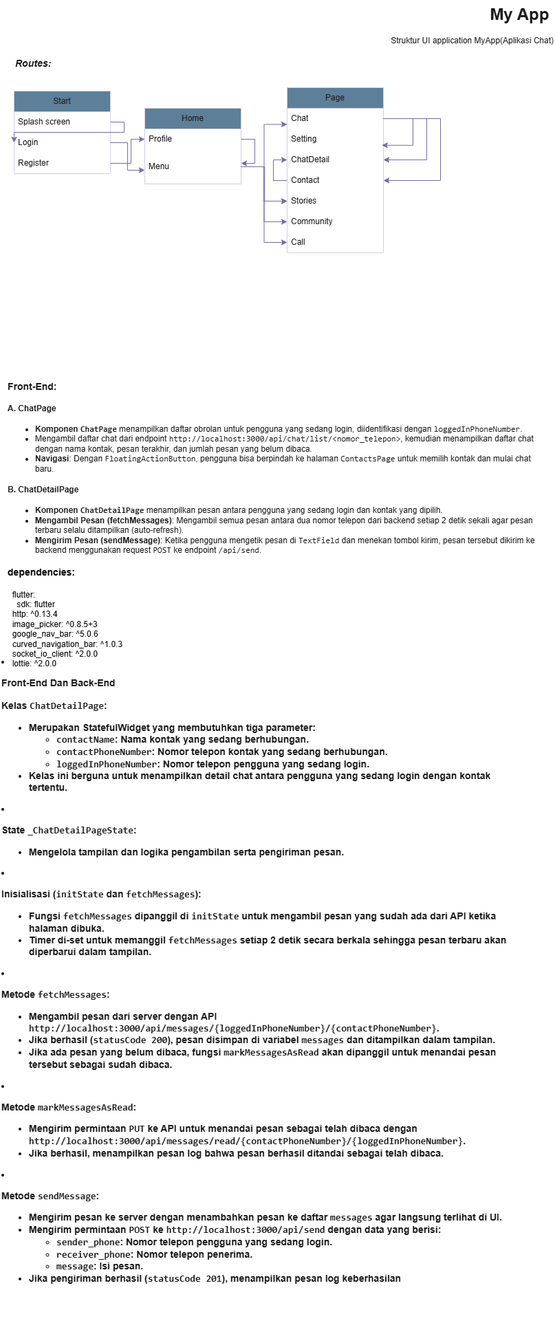
The draw.io diagram Struktur Application MyApp.drawio.png in NaufalAdityaAkbar/Application-MyApp---Flutter, before a commit. Source tidied: cells renumbered, new cells last; positions are measured from the earlier drawing's top-left corner, leaving out a move shared by most shapes.
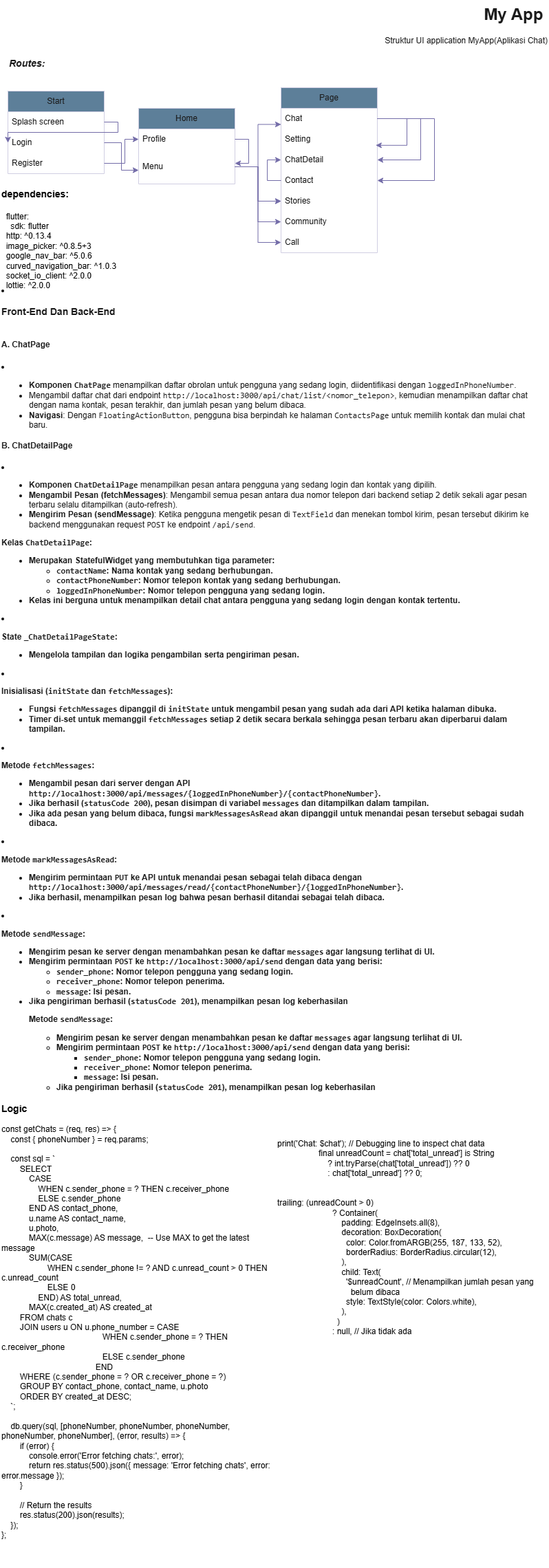
After the change.

The edit, as a diff of the source:
```diff
@@ -128,14 +128,17 @@
     <mxCell id="31" style="edgeStyle=orthogonalEdgeStyle;rounded=0;jettySize=auto;html=1;labelBackgroundColor=none;strokeColor=#736CA8;fontColor=default;" parent="1" edge="1" source="11" target="20">
       <mxGeometry relative="1" as="geometry" />
     </mxCell>
-    <mxCell id="32" value="&lt;h1 style=&quot;margin-top: 0px; font-size: 14px;&quot;&gt;&lt;font style=&quot;font-size: 14px;&quot;&gt;Front-End:&lt;/font&gt;&lt;/h1&gt;&lt;h4&gt;&lt;strong&gt;A. ChatPage&lt;/strong&gt;&lt;/h4&gt;&lt;ul&gt;&lt;li&gt;&lt;strong&gt;Komponen &lt;code&gt;ChatPage&lt;/code&gt;&lt;/strong&gt; menampilkan daftar obrolan untuk pengguna yang sedang login, diidentifikasi dengan &lt;code&gt;loggedInPhoneNumber&lt;/code&gt;.&lt;/li&gt;&lt;li&gt;Mengambil daftar chat dari endpoint &lt;code&gt;http://localhost:3000/api/chat/list/&amp;lt;nomor_telepon&amp;gt;&lt;/code&gt;, kemudian menampilkan daftar chat dengan nama kontak, pesan terakhir, dan jumlah pesan yang belum dibaca.&lt;/li&gt;&lt;li&gt;&lt;strong&gt;Navigasi&lt;/strong&gt;: Dengan &lt;code&gt;FloatingActionButton&lt;/code&gt;, pengguna bisa berpindah ke halaman &lt;code&gt;ContactsPage&lt;/code&gt; untuk memilih kontak dan mulai chat baru.&lt;/li&gt;&lt;/ul&gt;&lt;h4&gt;B. &lt;strong&gt;ChatDetailPage&lt;/strong&gt;&lt;/h4&gt;&lt;ul&gt;&lt;li&gt;&lt;strong&gt;Komponen &lt;code&gt;ChatDetailPage&lt;/code&gt;&lt;/strong&gt; menampilkan pesan antara pengguna yang sedang login dan kontak yang dipilih.&lt;/li&gt;&lt;li&gt;&lt;strong&gt;Mengambil Pesan (fetchMessages)&lt;/strong&gt;: Mengambil semua pesan antara dua nomor telepon dari backend setiap 2 detik sekali agar pesan terbaru selalu ditampilkan (auto-refresh).&lt;/li&gt;&lt;li&gt;&lt;strong&gt;Mengirim Pesan (sendMessage)&lt;/strong&gt;: Ketika pengguna mengetik pesan di &lt;code&gt;TextField&lt;/code&gt; dan menekan tombol kirim, pesan tersebut dikirim ke backend menggunakan request &lt;code&gt;POST&lt;/code&gt; ke endpoint &lt;code&gt;/api/send&lt;/code&gt;.&lt;/li&gt;&lt;/ul&gt;" style="text;html=1;whiteSpace=wrap;overflow=hidden;rounded=0;labelBackgroundColor=none;fontColor=#1A1A1A;" parent="1" vertex="1">
-      <mxGeometry x="9" y="547" width="770" height="290" as="geometry" />
-    </mxCell>
     <mxCell id="33" value="&lt;font style=&quot;font-size: 14px;&quot;&gt;&lt;b&gt;dependencies:&lt;br&gt;&lt;/b&gt;&lt;br&gt;&lt;/font&gt;&amp;nbsp; flutter:&lt;br&gt;&amp;nbsp; &amp;nbsp; sdk: flutter&lt;br&gt;&amp;nbsp; http: ^0.13.4&lt;br&gt;&amp;nbsp; image_picker: ^0.8.5+3&lt;br&gt;&amp;nbsp; google_nav_bar: ^5.0.6&lt;br&gt;&amp;nbsp; curved_navigation_bar: ^1.0.3&lt;br&gt;&amp;nbsp; socket_io_client: ^2.0.0&lt;br&gt;&amp;nbsp; lottie: ^2.0.0" style="text;overflow=hidden;rounded=0;labelBackgroundColor=none;verticalAlign=top;html=1;whiteSpace=wrap;" parent="1" vertex="1">
-      <mxGeometry x="9" y="817" width="281" height="190" as="geometry" />
+      <mxGeometry x="9" y="267" width="281" height="190" as="geometry" />
     </mxCell>
-    <mxCell id="34" value="&lt;h1 style=&quot;margin-top: 0px; font-size: 14px;&quot;&gt;&lt;li&gt;&lt;p&gt;&lt;strong&gt;Front-End Dan Back-End&lt;br&gt;&lt;br&gt;Kelas &lt;code&gt;ChatDetailPage&lt;/code&gt;&lt;/strong&gt;:&lt;/p&gt;&lt;ul&gt;&lt;li&gt;Merupakan StatefulWidget yang membutuhkan tiga parameter:&lt;ul&gt;&lt;li&gt;&lt;code&gt;contactName&lt;/code&gt;: Nama kontak yang sedang berhubungan.&lt;/li&gt;&lt;li&gt;&lt;code&gt;contactPhoneNumber&lt;/code&gt;: Nomor telepon kontak yang sedang berhubungan.&lt;/li&gt;&lt;li&gt;&lt;code&gt;loggedInPhoneNumber&lt;/code&gt;: Nomor telepon pengguna yang sedang login.&lt;/li&gt;&lt;/ul&gt;&lt;/li&gt;&lt;li&gt;Kelas ini berguna untuk menampilkan detail chat antara pengguna yang sedang login dengan kontak tertentu.&lt;/li&gt;&lt;/ul&gt;&lt;/li&gt;&lt;li&gt;&lt;p&gt;&lt;strong&gt;State &lt;code&gt;_ChatDetailPageState&lt;/code&gt;&lt;/strong&gt;:&lt;/p&gt;&lt;ul&gt;&lt;li&gt;Mengelola tampilan dan logika pengambilan serta pengiriman pesan.&lt;/li&gt;&lt;/ul&gt;&lt;/li&gt;&lt;li&gt;&lt;p&gt;&lt;strong&gt;Inisialisasi (&lt;code&gt;initState&lt;/code&gt; dan &lt;code&gt;fetchMessages&lt;/code&gt;)&lt;/strong&gt;:&lt;/p&gt;&lt;ul&gt;&lt;li&gt;Fungsi &lt;code&gt;fetchMessages&lt;/code&gt; dipanggil di &lt;code&gt;initState&lt;/code&gt; untuk mengambil pesan yang sudah ada dari API ketika halaman dibuka.&lt;/li&gt;&lt;li&gt;Timer di-set untuk memanggil &lt;code&gt;fetchMessages&lt;/code&gt; setiap 2 detik secara berkala sehingga pesan terbaru akan diperbarui dalam tampilan.&lt;/li&gt;&lt;/ul&gt;&lt;/li&gt;&lt;li&gt;&lt;p&gt;&lt;strong&gt;Metode &lt;code&gt;fetchMessages&lt;/code&gt;&lt;/strong&gt;:&lt;/p&gt;&lt;ul&gt;&lt;li&gt;Mengambil pesan dari server dengan API &lt;code&gt;http://localhost:3000/api/messages/{loggedInPhoneNumber}/{contactPhoneNumber}&lt;/code&gt;.&lt;/li&gt;&lt;li&gt;Jika berhasil (&lt;code&gt;statusCode 200&lt;/code&gt;), pesan disimpan di variabel &lt;code&gt;messages&lt;/code&gt; dan ditampilkan dalam tampilan.&lt;/li&gt;&lt;li&gt;Jika ada pesan yang belum dibaca, fungsi &lt;code&gt;markMessagesAsRead&lt;/code&gt; akan dipanggil untuk menandai pesan tersebut sebagai sudah dibaca.&lt;/li&gt;&lt;/ul&gt;&lt;/li&gt;&lt;li&gt;&lt;p&gt;&lt;strong&gt;Metode &lt;code&gt;markMessagesAsRead&lt;/code&gt;&lt;/strong&gt;:&lt;/p&gt;&lt;ul&gt;&lt;li&gt;Mengirim permintaan &lt;code&gt;PUT&lt;/code&gt; ke API untuk menandai pesan sebagai telah dibaca dengan &lt;code&gt;http://localhost:3000/api/messages/read/{contactPhoneNumber}/{loggedInPhoneNumber}&lt;/code&gt;.&lt;/li&gt;&lt;li&gt;Jika berhasil, menampilkan pesan log bahwa pesan berhasil ditandai sebagai telah dibaca.&lt;/li&gt;&lt;/ul&gt;&lt;/li&gt;&lt;li&gt;&lt;p&gt;&lt;strong&gt;Metode &lt;code&gt;sendMessage&lt;/code&gt;&lt;/strong&gt;:&lt;/p&gt;&lt;ul&gt;&lt;li&gt;Mengirim pesan ke server dengan menambahkan pesan ke daftar &lt;code&gt;messages&lt;/code&gt; agar langsung terlihat di UI.&lt;/li&gt;&lt;li&gt;Mengirim permintaan &lt;code&gt;POST&lt;/code&gt; ke &lt;code&gt;http://localhost:3000/api/send&lt;/code&gt; dengan data yang berisi:&lt;ul&gt;&lt;li&gt;&lt;code&gt;sender_phone&lt;/code&gt;: Nomor telepon pengguna yang sedang login.&lt;/li&gt;&lt;li&gt;&lt;code&gt;receiver_phone&lt;/code&gt;: Nomor telepon penerima.&lt;/li&gt;&lt;li&gt;&lt;code&gt;message&lt;/code&gt;: Isi pesan.&lt;/li&gt;&lt;/ul&gt;&lt;/li&gt;&lt;li&gt;Jika pengiriman berhasil (&lt;code&gt;statusCode 201&lt;/code&gt;), menampilkan pesan log keberhasilan&lt;/li&gt;&lt;/ul&gt;&lt;/li&gt;&lt;/h1&gt;" style="text;html=1;whiteSpace=wrap;overflow=hidden;rounded=0;labelBackgroundColor=none;fontColor=#1A1A1A;" parent="1" vertex="1">
-      <mxGeometry y="947" width="770" height="990" as="geometry" />
+    <mxCell id="34" value="&lt;h1 style=&quot;margin-top: 0px; font-size: 14px;&quot;&gt;&lt;li&gt;&lt;p&gt;&lt;strong&gt;Front-End Dan Back-End&lt;br&gt;&lt;br&gt;&lt;/strong&gt;&lt;/p&gt;&lt;/li&gt;&lt;/h1&gt;&lt;h4&gt;&lt;strong&gt;A. ChatPage&lt;/strong&gt;&lt;/h4&gt;&lt;h1 style=&quot;margin-top: 0px; font-size: 14px;&quot;&gt;&lt;li&gt;&lt;ul style=&quot;font-size: 12px; font-weight: 400;&quot;&gt;&lt;li&gt;&lt;strong&gt;Komponen&amp;nbsp;&lt;code&gt;ChatPage&lt;/code&gt;&lt;/strong&gt;&amp;nbsp;menampilkan daftar obrolan untuk pengguna yang sedang login, diidentifikasi dengan&amp;nbsp;&lt;code&gt;loggedInPhoneNumber&lt;/code&gt;.&lt;/li&gt;&lt;li&gt;Mengambil daftar chat dari endpoint&amp;nbsp;&lt;code&gt;http://localhost:3000/api/chat/list/&amp;lt;nomor_telepon&amp;gt;&lt;/code&gt;, kemudian menampilkan daftar chat dengan nama kontak, pesan terakhir, dan jumlah pesan yang belum dibaca.&lt;/li&gt;&lt;li&gt;&lt;strong&gt;Navigasi&lt;/strong&gt;: Dengan&amp;nbsp;&lt;code&gt;FloatingActionButton&lt;/code&gt;, pengguna bisa berpindah ke halaman&amp;nbsp;&lt;code&gt;ContactsPage&lt;/code&gt;&amp;nbsp;untuk memilih kontak dan mulai chat baru.&lt;/li&gt;&lt;/ul&gt;&lt;/li&gt;&lt;/h1&gt;&lt;h4&gt;B.&amp;nbsp;&lt;strong&gt;ChatDetailPage&lt;/strong&gt;&lt;/h4&gt;&lt;h1 style=&quot;margin-top: 0px;&quot;&gt;&lt;li style=&quot;font-size: 12px;&quot;&gt;&lt;ul style=&quot;font-size: 12px; font-weight: 400;&quot;&gt;&lt;li&gt;&lt;strong&gt;Komponen&amp;nbsp;&lt;code&gt;ChatDetailPage&lt;/code&gt;&lt;/strong&gt;&amp;nbsp;menampilkan pesan antara pengguna yang sedang login dan kontak yang dipilih.&lt;/li&gt;&lt;li&gt;&lt;strong&gt;Mengambil Pesan (fetchMessages)&lt;/strong&gt;: Mengambil semua pesan antara dua nomor telepon dari backend setiap 2 detik sekali agar pesan terbaru selalu ditampilkan (auto-refresh).&lt;/li&gt;&lt;li&gt;&lt;strong&gt;Mengirim Pesan (sendMessage)&lt;/strong&gt;: Ketika pengguna mengetik pesan di&amp;nbsp;&lt;code&gt;TextField&lt;/code&gt;&amp;nbsp;dan menekan tombol kirim, pesan tersebut dikirim ke backend menggunakan request&amp;nbsp;&lt;code&gt;POST&lt;/code&gt;&amp;nbsp;ke endpoint&amp;nbsp;&lt;code&gt;/api/send&lt;/code&gt;.&lt;/li&gt;&lt;/ul&gt;&lt;p&gt;&lt;strong&gt;Kelas &lt;code&gt;ChatDetailPage&lt;/code&gt;&lt;/strong&gt;:&lt;/p&gt;&lt;ul&gt;&lt;li&gt;Merupakan StatefulWidget yang membutuhkan tiga parameter:&lt;ul&gt;&lt;li&gt;&lt;code&gt;contactName&lt;/code&gt;: Nama kontak yang sedang berhubungan.&lt;/li&gt;&lt;li&gt;&lt;code&gt;contactPhoneNumber&lt;/code&gt;: Nomor telepon kontak yang sedang berhubungan.&lt;/li&gt;&lt;li&gt;&lt;code&gt;loggedInPhoneNumber&lt;/code&gt;: Nomor telepon pengguna yang sedang login.&lt;/li&gt;&lt;/ul&gt;&lt;/li&gt;&lt;li&gt;Kelas ini berguna untuk menampilkan detail chat antara pengguna yang sedang login dengan kontak tertentu.&lt;/li&gt;&lt;/ul&gt;&lt;/li&gt;&lt;li style=&quot;font-size: 12px;&quot;&gt;&lt;p style=&quot;&quot;&gt;&lt;strong&gt;State &lt;code&gt;_ChatDetailPageState&lt;/code&gt;&lt;/strong&gt;:&lt;/p&gt;&lt;ul style=&quot;&quot;&gt;&lt;li style=&quot;&quot;&gt;&lt;font style=&quot;font-size: 12px;&quot;&gt;Mengelola tampilan dan logika pengambilan serta pengiriman pesan.&lt;/font&gt;&lt;/li&gt;&lt;/ul&gt;&lt;/li&gt;&lt;li style=&quot;font-size: 12px;&quot;&gt;&lt;p&gt;&lt;strong&gt;Inisialisasi (&lt;code&gt;initState&lt;/code&gt; dan &lt;code&gt;fetchMessages&lt;/code&gt;)&lt;/strong&gt;:&lt;/p&gt;&lt;ul&gt;&lt;li&gt;Fungsi &lt;code&gt;fetchMessages&lt;/code&gt; dipanggil di &lt;code&gt;initState&lt;/code&gt; untuk mengambil pesan yang sudah ada dari API ketika halaman dibuka.&lt;/li&gt;&lt;li&gt;Timer di-set untuk memanggil &lt;code&gt;fetchMessages&lt;/code&gt; setiap 2 detik secara berkala sehingga pesan terbaru akan diperbarui dalam tampilan.&lt;/li&gt;&lt;/ul&gt;&lt;/li&gt;&lt;li style=&quot;font-size: 12px;&quot;&gt;&lt;p&gt;&lt;strong&gt;Metode &lt;code&gt;fetchMessages&lt;/code&gt;&lt;/strong&gt;:&lt;/p&gt;&lt;ul&gt;&lt;li&gt;Mengambil pesan dari server dengan API &lt;code&gt;http://localhost:3000/api/messages/{loggedInPhoneNumber}/{contactPhoneNumber}&lt;/code&gt;.&lt;/li&gt;&lt;li&gt;Jika berhasil (&lt;code&gt;statusCode 200&lt;/code&gt;), pesan disimpan di variabel &lt;code&gt;messages&lt;/code&gt; dan ditampilkan dalam tampilan.&lt;/li&gt;&lt;li&gt;Jika ada pesan yang belum dibaca, fungsi &lt;code&gt;markMessagesAsRead&lt;/code&gt; akan dipanggil untuk menandai pesan tersebut sebagai sudah dibaca.&lt;/li&gt;&lt;/ul&gt;&lt;/li&gt;&lt;li style=&quot;font-size: 12px;&quot;&gt;&lt;p&gt;&lt;strong&gt;Metode &lt;code&gt;markMessagesAsRead&lt;/code&gt;&lt;/strong&gt;:&lt;/p&gt;&lt;ul&gt;&lt;li&gt;Mengirim permintaan &lt;code&gt;PUT&lt;/code&gt; ke API untuk menandai pesan sebagai telah dibaca dengan &lt;code&gt;http://localhost:3000/api/messages/read/{contactPhoneNumber}/{loggedInPhoneNumber}&lt;/code&gt;.&lt;/li&gt;&lt;li&gt;Jika berhasil, menampilkan pesan log bahwa pesan berhasil ditandai sebagai telah dibaca.&lt;/li&gt;&lt;/ul&gt;&lt;/li&gt;&lt;li style=&quot;font-size: 12px;&quot;&gt;&lt;p&gt;&lt;strong&gt;Metode &lt;code&gt;sendMessage&lt;/code&gt;&lt;/strong&gt;:&lt;/p&gt;&lt;ul&gt;&lt;li&gt;Mengirim pesan ke server dengan menambahkan pesan ke daftar &lt;code&gt;messages&lt;/code&gt; agar langsung terlihat di UI.&lt;/li&gt;&lt;li&gt;Mengirim permintaan &lt;code&gt;POST&lt;/code&gt; ke &lt;code&gt;http://localhost:3000/api/send&lt;/code&gt; dengan data yang berisi:&lt;ul&gt;&lt;li&gt;&lt;code&gt;sender_phone&lt;/code&gt;: Nomor telepon pengguna yang sedang login.&lt;/li&gt;&lt;li&gt;&lt;code&gt;receiver_phone&lt;/code&gt;: Nomor telepon penerima.&lt;/li&gt;&lt;li&gt;&lt;code&gt;message&lt;/code&gt;: Isi pesan.&lt;/li&gt;&lt;/ul&gt;&lt;/li&gt;&lt;li style=&quot;font-size: 12px;&quot;&gt;Jika pengiriman berhasil (&lt;code&gt;statusCode 201&lt;/code&gt;), menampilkan pesan log keberhasilan&lt;br&gt;&lt;p&gt;&lt;strong&gt;Metode&amp;nbsp;&lt;code&gt;sendMessage&lt;/code&gt;&lt;/strong&gt;:&lt;/p&gt;&lt;ul&gt;&lt;li&gt;Mengirim pesan ke server dengan menambahkan pesan ke daftar&amp;nbsp;&lt;code&gt;messages&lt;/code&gt;&amp;nbsp;agar langsung terlihat di UI.&lt;/li&gt;&lt;li&gt;Mengirim permintaan&amp;nbsp;&lt;code&gt;POST&lt;/code&gt;&amp;nbsp;ke&amp;nbsp;&lt;code&gt;http://localhost:3000/api/send&lt;/code&gt;&amp;nbsp;dengan data yang berisi:&lt;ul&gt;&lt;li&gt;&lt;code&gt;sender_phone&lt;/code&gt;: Nomor telepon pengguna yang sedang login.&lt;/li&gt;&lt;li&gt;&lt;code&gt;receiver_phone&lt;/code&gt;: Nomor telepon penerima.&lt;/li&gt;&lt;li&gt;&lt;code&gt;message&lt;/code&gt;: Isi pesan.&lt;/li&gt;&lt;/ul&gt;&lt;/li&gt;&lt;li&gt;Jika pengiriman berhasil (&lt;code&gt;statusCode 201&lt;/code&gt;), menampilkan pesan log keberhasilan&lt;br&gt;&lt;br&gt;&lt;br&gt;&lt;/li&gt;&lt;/ul&gt;&lt;/li&gt;&lt;/ul&gt;&lt;/li&gt;&lt;/h1&gt;" style="text;html=1;whiteSpace=wrap;overflow=hidden;rounded=0;labelBackgroundColor=none;fontColor=#1A1A1A;" parent="1" vertex="1">
+      <mxGeometry x="9" y="407" width="770" height="1190" as="geometry" />
     </mxCell>
+    <mxCell id="35" value="&lt;b&gt;&lt;font style=&quot;font-size: 14px;&quot;&gt;Logic&lt;/font&gt;&lt;/b&gt;&lt;div&gt;&lt;br&gt;const getChats = (req, res) =&amp;gt; {&lt;br&gt;&amp;nbsp; &amp;nbsp; const { phoneNumber } = req.params;&lt;br&gt;&lt;br&gt;&amp;nbsp; &amp;nbsp; const sql = `&lt;br&gt;&amp;nbsp; &amp;nbsp; &amp;nbsp; &amp;nbsp; SELECT &lt;br&gt;&amp;nbsp; &amp;nbsp; &amp;nbsp; &amp;nbsp; &amp;nbsp; &amp;nbsp; CASE &lt;br&gt;&amp;nbsp; &amp;nbsp; &amp;nbsp; &amp;nbsp; &amp;nbsp; &amp;nbsp; &amp;nbsp; &amp;nbsp; WHEN c.sender_phone = ? THEN c.receiver_phone &lt;br&gt;&amp;nbsp; &amp;nbsp; &amp;nbsp; &amp;nbsp; &amp;nbsp; &amp;nbsp; &amp;nbsp; &amp;nbsp; ELSE c.sender_phone &lt;br&gt;&amp;nbsp; &amp;nbsp; &amp;nbsp; &amp;nbsp; &amp;nbsp; &amp;nbsp; END AS contact_phone,&lt;br&gt;&amp;nbsp; &amp;nbsp; &amp;nbsp; &amp;nbsp; &amp;nbsp; &amp;nbsp; u.name AS contact_name, &lt;br&gt;&amp;nbsp; &amp;nbsp; &amp;nbsp; &amp;nbsp; &amp;nbsp; &amp;nbsp; u.photo,&lt;br&gt;&amp;nbsp; &amp;nbsp; &amp;nbsp; &amp;nbsp; &amp;nbsp; &amp;nbsp; MAX(c.message) AS message, &amp;nbsp;-- Use MAX to get the latest message&lt;br&gt;&amp;nbsp; &amp;nbsp; &amp;nbsp; &amp;nbsp; &amp;nbsp; &amp;nbsp; SUM(CASE &lt;br&gt;&amp;nbsp; &amp;nbsp; &amp;nbsp; &amp;nbsp; &amp;nbsp; &amp;nbsp; &amp;nbsp; &amp;nbsp; &amp;nbsp; &amp;nbsp; WHEN c.sender_phone != ? AND c.unread_count &amp;gt; 0 THEN c.unread_count &lt;br&gt;&amp;nbsp; &amp;nbsp; &amp;nbsp; &amp;nbsp; &amp;nbsp; &amp;nbsp; &amp;nbsp; &amp;nbsp; &amp;nbsp; &amp;nbsp; ELSE 0 &lt;br&gt;&amp;nbsp; &amp;nbsp; &amp;nbsp; &amp;nbsp; &amp;nbsp; &amp;nbsp; &amp;nbsp; &amp;nbsp; END) AS total_unread,&lt;br&gt;&amp;nbsp; &amp;nbsp; &amp;nbsp; &amp;nbsp; &amp;nbsp; &amp;nbsp; MAX(c.created_at) AS created_at&lt;br&gt;&amp;nbsp; &amp;nbsp; &amp;nbsp; &amp;nbsp; FROM chats c&lt;br&gt;&amp;nbsp; &amp;nbsp; &amp;nbsp; &amp;nbsp; JOIN users u ON u.phone_number = CASE &lt;br&gt;&amp;nbsp; &amp;nbsp; &amp;nbsp; &amp;nbsp; &amp;nbsp; &amp;nbsp; &amp;nbsp; &amp;nbsp; &amp;nbsp; &amp;nbsp; &amp;nbsp; &amp;nbsp; &amp;nbsp; &amp;nbsp; &amp;nbsp; &amp;nbsp; &amp;nbsp; &amp;nbsp; &amp;nbsp; &amp;nbsp; &amp;nbsp; &amp;nbsp; WHEN c.sender_phone = ? THEN c.receiver_phone &lt;br&gt;&amp;nbsp; &amp;nbsp; &amp;nbsp; &amp;nbsp; &amp;nbsp; &amp;nbsp; &amp;nbsp; &amp;nbsp; &amp;nbsp; &amp;nbsp; &amp;nbsp; &amp;nbsp; &amp;nbsp; &amp;nbsp; &amp;nbsp; &amp;nbsp; &amp;nbsp; &amp;nbsp; &amp;nbsp; &amp;nbsp; &amp;nbsp; &amp;nbsp; ELSE c.sender_phone &lt;br&gt;&amp;nbsp; &amp;nbsp; &amp;nbsp; &amp;nbsp; &amp;nbsp; &amp;nbsp; &amp;nbsp; &amp;nbsp; &amp;nbsp; &amp;nbsp; &amp;nbsp; &amp;nbsp; &amp;nbsp; &amp;nbsp; &amp;nbsp; &amp;nbsp; &amp;nbsp; &amp;nbsp; &amp;nbsp; &amp;nbsp; &amp;nbsp;END&lt;br&gt;&amp;nbsp; &amp;nbsp; &amp;nbsp; &amp;nbsp; WHERE (c.sender_phone = ? OR c.receiver_phone = ?)&lt;br&gt;&amp;nbsp; &amp;nbsp; &amp;nbsp; &amp;nbsp; GROUP BY contact_phone, contact_name, u.photo&lt;br&gt;&amp;nbsp; &amp;nbsp; &amp;nbsp; &amp;nbsp; ORDER BY created_at DESC;&lt;br&gt;&amp;nbsp; &amp;nbsp; `;&lt;br&gt;&lt;br&gt;&amp;nbsp; &amp;nbsp; db.query(sql, [phoneNumber, phoneNumber, phoneNumber, phoneNumber, phoneNumber], (error, results) =&amp;gt; {&lt;br&gt;&amp;nbsp; &amp;nbsp; &amp;nbsp; &amp;nbsp; if (error) {&lt;br&gt;&amp;nbsp; &amp;nbsp; &amp;nbsp; &amp;nbsp; &amp;nbsp; &amp;nbsp; console.error('Error fetching chats:', error);&lt;br&gt;&amp;nbsp; &amp;nbsp; &amp;nbsp; &amp;nbsp; &amp;nbsp; &amp;nbsp; return res.status(500).json({ message: 'Error fetching chats', error: error.message });&lt;br&gt;&amp;nbsp; &amp;nbsp; &amp;nbsp; &amp;nbsp; }&lt;br&gt;&lt;br&gt;&amp;nbsp; &amp;nbsp; &amp;nbsp; &amp;nbsp; // Return the results&lt;br&gt;&amp;nbsp; &amp;nbsp; &amp;nbsp; &amp;nbsp; res.status(200).json(results);&lt;br&gt;&amp;nbsp; &amp;nbsp; });&lt;br&gt;};&amp;nbsp;&lt;div&gt;&lt;br&gt;&lt;/div&gt;&lt;/div&gt;" style="text;overflow=hidden;rounded=0;fontColor=default;whiteSpace=wrap;html=1;" parent="1" vertex="1">
+      <mxGeometry x="9" y="1597" width="411" height="680" as="geometry" />
+    </mxCell>
+    <mxCell id="36" value="&lt;br style=&quot;&quot;&gt;&lt;span style=&quot;&quot;&gt;print('Chat: $chat'); // Debugging line to inspect chat data&lt;/span&gt;&lt;br style=&quot;&quot;&gt;&lt;span style=&quot;&quot;&gt;&amp;nbsp; &amp;nbsp; &amp;nbsp; &amp;nbsp; &amp;nbsp; &amp;nbsp; &amp;nbsp; &amp;nbsp; &amp;nbsp; final unreadCount = chat['total_unread'] is String&lt;/span&gt;&lt;br style=&quot;&quot;&gt;&lt;span style=&quot;&quot;&gt;&amp;nbsp; &amp;nbsp; &amp;nbsp; &amp;nbsp; &amp;nbsp; &amp;nbsp; &amp;nbsp; &amp;nbsp; &amp;nbsp; &amp;nbsp; &amp;nbsp; ? int.tryParse(chat['total_unread']) ?? 0&lt;/span&gt;&lt;br style=&quot;&quot;&gt;&lt;span style=&quot;&quot;&gt;&amp;nbsp; &amp;nbsp; &amp;nbsp; &amp;nbsp; &amp;nbsp; &amp;nbsp; &amp;nbsp; &amp;nbsp; &amp;nbsp; &amp;nbsp; &amp;nbsp; : chat['total_unread'] ?? 0;&amp;nbsp;&lt;/span&gt;&lt;br style=&quot;&quot;&gt;&lt;span style=&quot;&quot;&gt;&lt;br&gt;&lt;/span&gt;&lt;div&gt;&lt;span style=&quot;&quot;&gt;&lt;br&gt;&lt;/span&gt;&lt;/div&gt;&lt;div&gt;&lt;span style=&quot;&quot;&gt;trailing: (unreadCount &amp;gt; 0)&lt;/span&gt;&lt;br style=&quot;&quot;&gt;&lt;span style=&quot;&quot;&gt;&amp;nbsp; &amp;nbsp; &amp;nbsp; &amp;nbsp; &amp;nbsp; &amp;nbsp; &amp;nbsp; &amp;nbsp; &amp;nbsp; &amp;nbsp; &amp;nbsp; &amp;nbsp; ? Container(&lt;/span&gt;&lt;br style=&quot;&quot;&gt;&lt;span style=&quot;&quot;&gt;&amp;nbsp; &amp;nbsp; &amp;nbsp; &amp;nbsp; &amp;nbsp; &amp;nbsp; &amp;nbsp; &amp;nbsp; &amp;nbsp; &amp;nbsp; &amp;nbsp; &amp;nbsp; &amp;nbsp; &amp;nbsp; padding: EdgeInsets.all(8),&lt;/span&gt;&lt;br style=&quot;&quot;&gt;&lt;span style=&quot;&quot;&gt;&amp;nbsp; &amp;nbsp; &amp;nbsp; &amp;nbsp; &amp;nbsp; &amp;nbsp; &amp;nbsp; &amp;nbsp; &amp;nbsp; &amp;nbsp; &amp;nbsp; &amp;nbsp; &amp;nbsp; &amp;nbsp; decoration: BoxDecoration(&lt;/span&gt;&lt;br style=&quot;&quot;&gt;&lt;span style=&quot;&quot;&gt;&amp;nbsp; &amp;nbsp; &amp;nbsp; &amp;nbsp; &amp;nbsp; &amp;nbsp; &amp;nbsp; &amp;nbsp; &amp;nbsp; &amp;nbsp; &amp;nbsp; &amp;nbsp; &amp;nbsp; &amp;nbsp; &amp;nbsp; color: Color.fromARGB(255, 187, 133, 52),&lt;/span&gt;&lt;br style=&quot;&quot;&gt;&lt;span style=&quot;&quot;&gt;&amp;nbsp; &amp;nbsp; &amp;nbsp; &amp;nbsp; &amp;nbsp; &amp;nbsp; &amp;nbsp; &amp;nbsp; &amp;nbsp; &amp;nbsp; &amp;nbsp; &amp;nbsp; &amp;nbsp; &amp;nbsp; &amp;nbsp; borderRadius: BorderRadius.circular(12),&lt;/span&gt;&lt;br style=&quot;&quot;&gt;&lt;span style=&quot;&quot;&gt;&amp;nbsp; &amp;nbsp; &amp;nbsp; &amp;nbsp; &amp;nbsp; &amp;nbsp; &amp;nbsp; &amp;nbsp; &amp;nbsp; &amp;nbsp; &amp;nbsp; &amp;nbsp; &amp;nbsp; &amp;nbsp; ),&lt;/span&gt;&lt;br style=&quot;&quot;&gt;&lt;span style=&quot;&quot;&gt;&amp;nbsp; &amp;nbsp; &amp;nbsp; &amp;nbsp; &amp;nbsp; &amp;nbsp; &amp;nbsp; &amp;nbsp; &amp;nbsp; &amp;nbsp; &amp;nbsp; &amp;nbsp; &amp;nbsp; &amp;nbsp; child: Text(&lt;/span&gt;&lt;br style=&quot;&quot;&gt;&lt;span style=&quot;&quot;&gt;&amp;nbsp; &amp;nbsp; &amp;nbsp; &amp;nbsp; &amp;nbsp; &amp;nbsp; &amp;nbsp; &amp;nbsp; &amp;nbsp; &amp;nbsp; &amp;nbsp; &amp;nbsp; &amp;nbsp; &amp;nbsp; &amp;nbsp; '$unreadCount', // Menampilkan jumlah pesan yang &lt;span style=&quot;white-space: pre;&quot;&gt;&#9;&lt;/span&gt;&lt;span style=&quot;white-space: pre;&quot;&gt;&#9;&lt;/span&gt;&lt;span style=&quot;white-space: pre;&quot;&gt;&#9;&lt;/span&gt;&lt;span style=&quot;white-space: pre;&quot;&gt;&#9;&lt;/span&gt;belum dibaca&lt;/span&gt;&lt;br style=&quot;&quot;&gt;&lt;span style=&quot;&quot;&gt;&amp;nbsp; &amp;nbsp; &amp;nbsp; &amp;nbsp; &amp;nbsp; &amp;nbsp; &amp;nbsp; &amp;nbsp; &amp;nbsp; &amp;nbsp; &amp;nbsp; &amp;nbsp; &amp;nbsp; &amp;nbsp; &amp;nbsp; style: TextStyle(color: Colors.white),&lt;/span&gt;&lt;br style=&quot;&quot;&gt;&lt;span style=&quot;&quot;&gt;&amp;nbsp; &amp;nbsp; &amp;nbsp; &amp;nbsp; &amp;nbsp; &amp;nbsp; &amp;nbsp; &amp;nbsp; &amp;nbsp; &amp;nbsp; &amp;nbsp; &amp;nbsp; &amp;nbsp; &amp;nbsp; ),&lt;/span&gt;&lt;br style=&quot;&quot;&gt;&lt;span style=&quot;&quot;&gt;&amp;nbsp; &amp;nbsp; &amp;nbsp; &amp;nbsp; &amp;nbsp; &amp;nbsp; &amp;nbsp; &amp;nbsp; &amp;nbsp; &amp;nbsp; &amp;nbsp; &amp;nbsp; &amp;nbsp; )&lt;/span&gt;&lt;br style=&quot;&quot;&gt;&lt;span style=&quot;&quot;&gt;&amp;nbsp; &amp;nbsp; &amp;nbsp; &amp;nbsp; &amp;nbsp; &amp;nbsp; &amp;nbsp; &amp;nbsp; &amp;nbsp; &amp;nbsp; &amp;nbsp; &amp;nbsp; : null, // Jika tidak ada&lt;/span&gt;&lt;/div&gt;" style="text;html=1;align=left;verticalAlign=middle;whiteSpace=wrap;rounded=0;" parent="1" vertex="1">
+      <mxGeometry x="410" y="1627" width="380" height="330" as="geometry" />
+    </mxCell>
   </root>
 </mxGraphModel>
```
